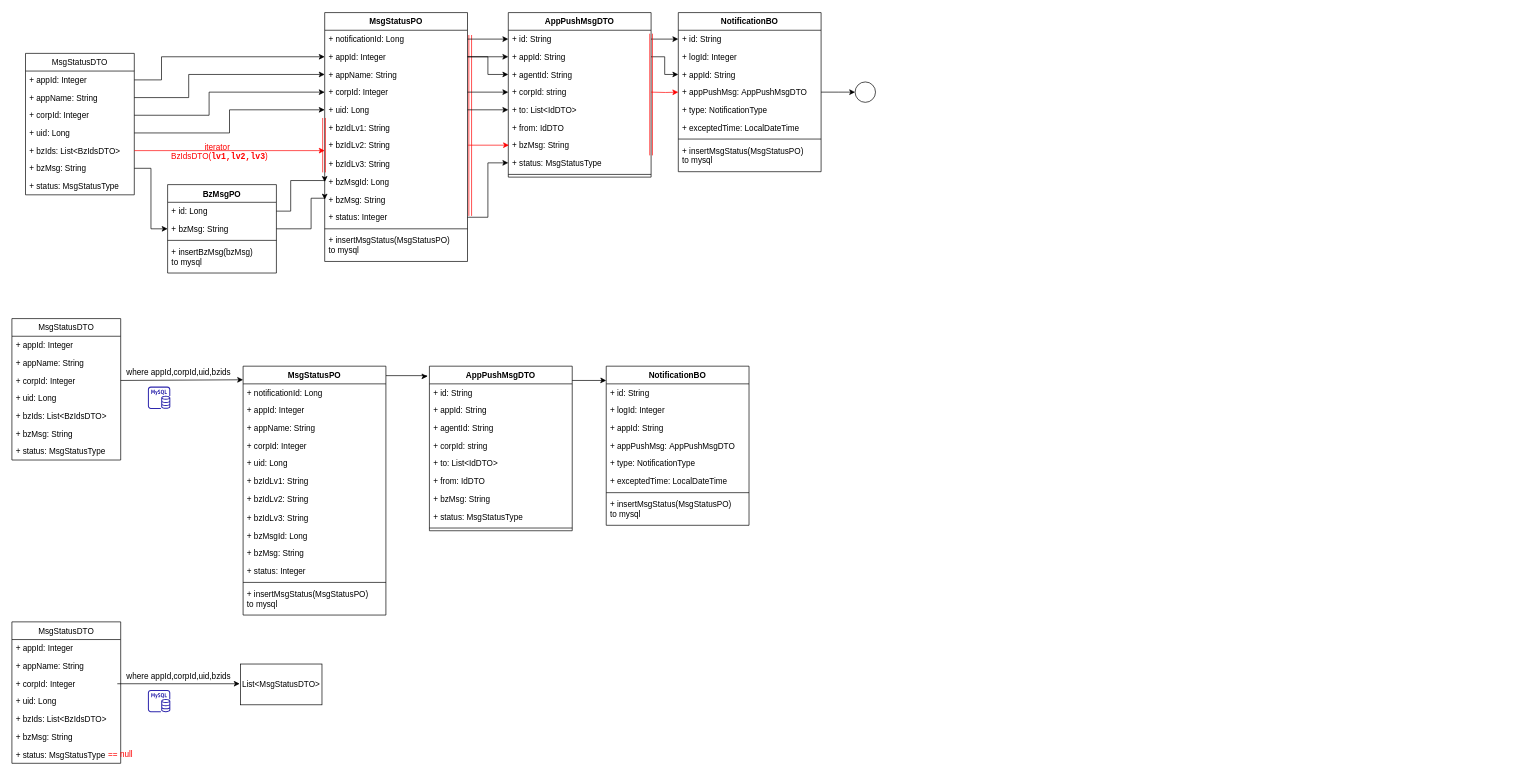
mayunzhen/user-service-provider keeps this draw.io diagram as Untitled Diagram.drawio. Above is the earlier version. Source tidied: cells renumbered, new cells numbered last; positions are measured from the earlier drawing's top-left corner, leaving out a move shared by most shapes. Both pictures are drawn from the tidied source at 68%, with x=0, y=0 at pixel (12, 12).
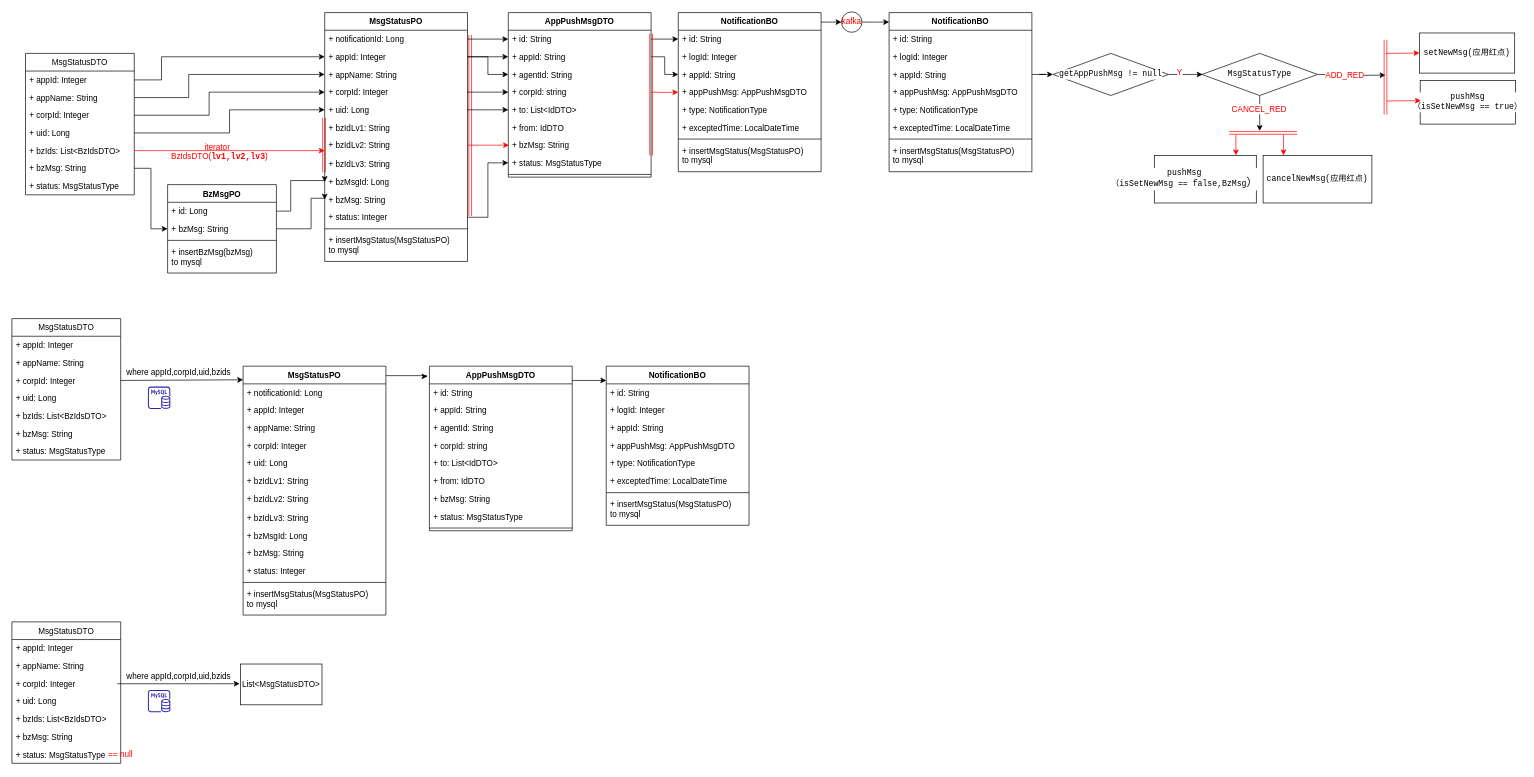
The same page after the edit.

Unchanged cells that the change refers to:
```xml
<mxCell id="61" value="+ appPushMsg: AppPushMsgDTO" style="text;strokeColor=none;fillColor=none;align=left;verticalAlign=top;spacingLeft=4;spacingRight=4;overflow=hidden;points=[[0,0.5],[1,0.5]];portConstraint=eastwest;" parent="57" vertex="1">
  <mxGeometry y="104" width="210" height="26" as="geometry" />
</mxCell>
```

The edit, as a diff of the source:
```diff
@@
+    <mxCell id="132" style="edgeStyle=orthogonalEdgeStyle;rounded=0;jettySize=auto;html=1;fontSize=12;fontColor=#FF0000;strokeColor=#000000;exitX=1;exitY=0.5;exitDx=0;exitDy=0;entryX=0;entryY=0.5;entryDx=0;entryDy=0;" parent="1" edge="1" source="70">
+      <mxGeometry relative="1" as="geometry">
+        <mxPoint x="1290" y="14" as="targetPoint" />
+      </mxGeometry>
+    </mxCell>
-    <mxCell id="70" style="ellipse;whiteSpace=wrap;html=1;fontSize=12;fontColor=#FF0000;" parent="1" vertex="1">
-      <mxGeometry x="1240" y="102" width="30" height="30" as="geometry" />
+    <mxCell id="70" value="kafka" style="ellipse;whiteSpace=wrap;html=1;fontSize=12;fontColor=#FF0000;" parent="1" vertex="1">
+      <mxGeometry x="1220" y="-1" width="30" height="30" as="geometry" />
     </mxCell>
-    <mxCell id="71" style="edgeStyle=orthogonalEdgeStyle;rounded=0;jettySize=auto;html=1;exitX=1;exitY=0.5;exitDx=0;exitDy=0;fontSize=12;fontColor=#FF0000;strokeColor=#000000;" parent="1" edge="1" source="61">
+    <mxCell id="71" style="edgeStyle=orthogonalEdgeStyle;rounded=0;orthogonalLoop=1;jettySize=auto;html=1;exitX=1;exitY=0.5;exitDx=0;exitDy=0;fontSize=12;fontColor=#FF0000;strokeColor=#000000;" parent="1" edge="1">
       <mxGeometry relative="1" as="geometry">
-        <mxPoint x="1240" y="117" as="targetPoint" />
+        <mxPoint x="1190" y="14" as="sourcePoint" />
+        <mxPoint x="1220" y="14" as="targetPoint" />
       </mxGeometry>
     </mxCell>
@@
+    <mxCell id="133" value="NotificationBO" style="swimlane;fontStyle=1;align=center;verticalAlign=top;horizontal=1;startSize=26;" parent="1" vertex="1">
+      <mxGeometry x="1290" width="210" height="234" as="geometry" />
+    </mxCell>
+    <mxCell id="134" value="+ id: String" style="text;strokeColor=none;fillColor=none;align=left;verticalAlign=top;spacingLeft=4;spacingRight=4;overflow=hidden;" parent="133" vertex="1">
+      <mxGeometry y="26" width="210" height="26" as="geometry" />
+    </mxCell>
+    <mxCell id="135" value="+ logId: Integer" style="text;strokeColor=none;fillColor=none;align=left;verticalAlign=top;spacingLeft=4;spacingRight=4;overflow=hidden;" parent="133" vertex="1">
+      <mxGeometry y="52" width="210" height="26" as="geometry" />
+    </mxCell>
+    <mxCell id="136" value="+ appId: String" style="text;strokeColor=none;fillColor=none;align=left;verticalAlign=top;spacingLeft=4;spacingRight=4;overflow=hidden;points=[[0,0.5],[1,0.5]];portConstraint=eastwest;" parent="133" vertex="1">
+      <mxGeometry y="78" width="210" height="26" as="geometry" />
+    </mxCell>
+    <mxCell id="137" value="+ appPushMsg: AppPushMsgDTO" style="text;strokeColor=none;fillColor=none;align=left;verticalAlign=top;spacingLeft=4;spacingRight=4;overflow=hidden;" parent="133" vertex="1">
+      <mxGeometry y="104" width="210" height="26" as="geometry" />
+    </mxCell>
+    <mxCell id="138" value="+ type: NotificationType" style="text;strokeColor=none;fillColor=none;align=left;verticalAlign=top;spacingLeft=4;spacingRight=4;overflow=hidden;" parent="133" vertex="1">
+      <mxGeometry y="130" width="210" height="26" as="geometry" />
+    </mxCell>
+    <mxCell id="139" value="+ exceptedTime: LocalDateTime" style="text;strokeColor=none;fillColor=none;align=left;verticalAlign=top;spacingLeft=4;spacingRight=4;overflow=hidden;" parent="133" vertex="1">
+      <mxGeometry y="156" width="210" height="26" as="geometry" />
+    </mxCell>
+    <mxCell id="140" style="line;strokeWidth=1;fillColor=none;align=left;verticalAlign=middle;spacingTop=-1;spacingLeft=3;spacingRight=3;labelPosition=right;" parent="133" vertex="1">
+      <mxGeometry y="182" width="210" height="8" as="geometry" />
+    </mxCell>
+    <mxCell id="141" value="+ insertMsgStatus(MsgStatusPO)&#10;to mysql&#10;" style="text;strokeColor=none;fillColor=none;align=left;verticalAlign=top;spacingLeft=4;spacingRight=4;overflow=hidden;" parent="133" vertex="1">
+      <mxGeometry y="190" width="210" height="44" as="geometry" />
+    </mxCell>
+    <mxCell id="142" style="edgeStyle=orthogonalEdgeStyle;rounded=0;jettySize=auto;html=1;exitX=1;exitY=0.5;exitDx=0;exitDy=0;entryX=0;entryY=0.5;entryDx=0;entryDy=0;fontSize=12;fontColor=#FF0000;strokeColor=#000000;" parent="1" edge="1" source="144">
+      <mxGeometry relative="1" as="geometry">
+        <mxPoint x="1751" y="91" as="targetPoint" />
+      </mxGeometry>
+    </mxCell>
+    <mxCell id="143" value="Y" style="edgeLabel;html=1;align=center;verticalAlign=middle;fontSize=12;fontColor=#FF0000;" parent="142" vertex="1">
+      <mxGeometry x="-0.4" y="3" relative="1" as="geometry" />
+    </mxCell>
+    <mxCell id="144" value="&lt;pre style=&quot;background-color: rgb(255 , 255 , 255) ; color: rgb(0 , 0 , 0) ; font-family: &amp;#34;jetbrains mono&amp;#34; , monospace&quot;&gt;&lt;font style=&quot;font-size: 12px&quot;&gt;getAppPushMsg != null&lt;/font&gt;&lt;/pre&gt;" style="rhombus;whiteSpace=wrap;html=1;fontSize=12;fontColor=#FF0000;" parent="1" vertex="1">
+      <mxGeometry x="1531" y="60" width="170" height="62" as="geometry" />
+    </mxCell>
+    <mxCell id="145" style="edgeStyle=orthogonalEdgeStyle;rounded=0;jettySize=auto;html=1;entryX=0;entryY=0.5;entryDx=0;entryDy=0;fontSize=12;fontColor=#FF0000;strokeColor=#000000;" parent="1" edge="1" source="136" target="144">
+      <mxGeometry relative="1" as="geometry" />
+    </mxCell>
+    <mxCell id="146" style="edgeStyle=orthogonalEdgeStyle;rounded=0;jettySize=auto;html=1;exitX=1;exitY=0.5;exitDx=0;exitDy=0;fontSize=12;fontColor=#FF0000;strokeColor=#000000;" parent="1" edge="1" source="150">
+      <mxGeometry relative="1" as="geometry">
+        <mxPoint x="2020" y="92" as="targetPoint" />
+      </mxGeometry>
+    </mxCell>
+    <mxCell id="147" value="ADD_RED" style="edgeLabel;html=1;align=center;verticalAlign=middle;fontSize=12;fontColor=#FF0000;" parent="146" vertex="1">
+      <mxGeometry x="-0.24" y="-1" relative="1" as="geometry" />
+    </mxCell>
+    <mxCell id="148" style="edgeStyle=orthogonalEdgeStyle;rounded=0;jettySize=auto;html=1;fontSize=12;fontColor=#FF0000;strokeColor=#000000;" parent="1" edge="1" source="150">
+      <mxGeometry relative="1" as="geometry">
+        <mxPoint x="1835" y="174" as="targetPoint" />
+      </mxGeometry>
+    </mxCell>
+    <mxCell id="149" value="CANCEL_RED" style="edgeLabel;html=1;align=center;verticalAlign=middle;fontSize=12;fontColor=#FF0000;" parent="148" vertex="1">
+      <mxGeometry x="-0.27" y="-2" relative="1" as="geometry" />
+    </mxCell>
+    <mxCell id="150" value="&lt;pre style=&quot;background-color: rgb(255 , 255 , 255) ; color: rgb(0 , 0 , 0) ; font-family: &amp;#34;jetbrains mono&amp;#34; , monospace&quot;&gt;&lt;font style=&quot;font-size: 12px&quot;&gt;MsgStatusType&lt;/font&gt;&lt;/pre&gt;" style="rhombus;whiteSpace=wrap;html=1;fontSize=12;fontColor=#FF0000;" parent="1" vertex="1">
+      <mxGeometry x="1750" y="60" width="170" height="62" as="geometry" />
+    </mxCell>
+    <mxCell id="151" value="&lt;pre style=&quot;background-color: rgb(255 , 255 , 255) ; color: rgb(0 , 0 , 0) ; font-family: &amp;#34;jetbrains mono&amp;#34; , monospace&quot;&gt;&lt;font style=&quot;font-size: 12px&quot;&gt;setNewMsg(应用红点)&lt;/font&gt;&lt;/pre&gt;" style="rounded=0;whiteSpace=wrap;html=1;fontSize=12;fontColor=#FF0000;" parent="1" vertex="1">
+      <mxGeometry x="2070" y="30" width="140" height="59" as="geometry" />
+    </mxCell>
+    <mxCell id="152" style="shape=link;html=1;rounded=0;fontSize=12;fontColor=#FF0000;strokeColor=#FF0000;" parent="1" edge="1">
+      <mxGeometry relative="1" as="geometry">
+        <mxPoint x="2020" y="40" as="sourcePoint" />
+        <mxPoint x="2020" y="150" as="targetPoint" />
+      </mxGeometry>
+    </mxCell>
+    <mxCell id="153" value="&lt;pre style=&quot;background-color: rgb(255 , 255 , 255) ; color: rgb(0 , 0 , 0) ; font-family: &amp;#34;jetbrains mono&amp;#34; , monospace&quot;&gt;&lt;pre style=&quot;font-family: &amp;#34;jetbrains mono&amp;#34; , monospace&quot;&gt;&lt;font style=&quot;font-size: 12px&quot;&gt;pushMsg&lt;br/&gt;（&lt;/font&gt;isSetNewMsg == true）&lt;/pre&gt;&lt;/pre&gt;" style="rounded=0;whiteSpace=wrap;html=1;fontSize=12;fontColor=#FF0000;" parent="1" vertex="1">
+      <mxGeometry x="2071" y="100" width="140" height="64" as="geometry" />
+    </mxCell>
+    <mxCell id="154" style="endArrow=classic;html=1;rounded=0;fontSize=12;fontColor=#FF0000;strokeColor=#FF0000;entryX=0;entryY=0.5;entryDx=0;entryDy=0;" parent="1" edge="1" target="151">
+      <mxGeometry relative="1" as="geometry">
+        <mxPoint x="2020" y="60" as="sourcePoint" />
+      </mxGeometry>
+    </mxCell>
+    <mxCell id="155" style="endArrow=classic;html=1;rounded=0;fontSize=12;fontColor=#FF0000;strokeColor=#FF0000;entryX=0;entryY=0.5;entryDx=0;entryDy=0;" parent="1" edge="1">
+      <mxGeometry relative="1" as="geometry">
+        <mxPoint x="2022" y="130" as="sourcePoint" />
+        <mxPoint x="2072" y="129.5" as="targetPoint" />
+      </mxGeometry>
+    </mxCell>
+    <mxCell id="156" value="&lt;pre style=&quot;background-color: rgb(255 , 255 , 255) ; color: rgb(0 , 0 , 0) ; font-family: &amp;#34;jetbrains mono&amp;#34; , monospace&quot;&gt;&lt;font style=&quot;font-size: 12px&quot;&gt;cancelNewMsg(应用红点)&lt;/font&gt;&lt;/pre&gt;" style="rounded=0;whiteSpace=wrap;html=1;fontSize=12;fontColor=#FF0000;" parent="1" vertex="1">
+      <mxGeometry x="1840" y="210" width="160" height="70" as="geometry" />
+    </mxCell>
+    <mxCell id="157" style="shape=link;html=1;rounded=0;fontSize=12;fontColor=#FF0000;strokeColor=#FF0000;" parent="1" edge="1">
+      <mxGeometry relative="1" as="geometry">
+        <mxPoint x="1890" y="177" as="sourcePoint" />
+        <mxPoint x="1790" y="177" as="targetPoint" />
+      </mxGeometry>
+    </mxCell>
+    <mxCell id="158" value="&lt;pre style=&quot;background-color: rgb(255 , 255 , 255) ; color: rgb(0 , 0 , 0) ; font-family: &amp;#34;jetbrains mono&amp;#34; , monospace&quot;&gt;&lt;pre style=&quot;font-family: &amp;#34;jetbrains mono&amp;#34; , monospace&quot;&gt;&lt;br&gt;&lt;/pre&gt;&lt;/pre&gt;" style="rounded=0;whiteSpace=wrap;html=1;fontSize=12;fontColor=#FF0000;" parent="1" vertex="1">
+      <mxGeometry x="1680" y="210" width="150" height="70" as="geometry" />
+    </mxCell>
+    <mxCell id="159" style="endArrow=classic;html=1;rounded=0;fontSize=12;fontColor=#FF0000;strokeColor=#FF0000;" parent="1" edge="1">
+      <mxGeometry relative="1" as="geometry">
+        <mxPoint x="1870" y="180" as="sourcePoint" />
+        <mxPoint x="1870" y="210" as="targetPoint" />
+      </mxGeometry>
+    </mxCell>
+    <mxCell id="160" style="endArrow=classic;html=1;rounded=0;fontSize=12;fontColor=#FF0000;strokeColor=#FF0000;" parent="1" edge="1">
+      <mxGeometry relative="1" as="geometry">
+        <mxPoint x="1800" y="180" as="sourcePoint" />
+        <mxPoint x="1800" y="210" as="targetPoint" />
+      </mxGeometry>
+    </mxCell>
+    <mxCell id="161" value="&lt;pre style=&quot;background-color: rgb(255 , 255 , 255) ; color: rgb(0 , 0 , 0) ; font-family: &amp;#34;jetbrains mono&amp;#34; , monospace&quot;&gt;&lt;pre style=&quot;font-family: &amp;#34;jetbrains mono&amp;#34; , monospace&quot;&gt;pushMsg&lt;br&gt;（isSetNewMsg == false,BzMsg&lt;span style=&quot;white-space: normal ; font-size: medium&quot;&gt;）&lt;/span&gt;&lt;/pre&gt;&lt;/pre&gt;" style="text;html=1;strokeColor=none;fillColor=none;align=center;verticalAlign=middle;whiteSpace=wrap;rounded=0;fontSize=12;fontColor=#FF0000;" parent="1" vertex="1">
+      <mxGeometry x="1560" y="201" width="329" height="88" as="geometry" />
+    </mxCell>
```
